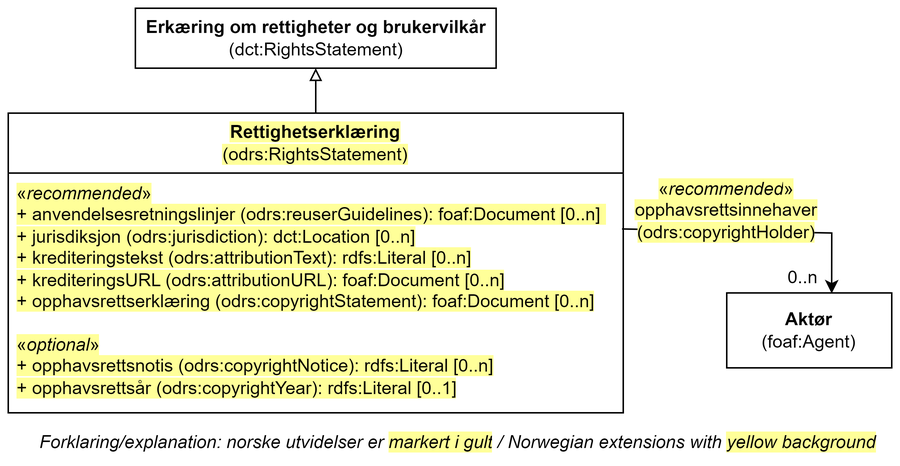
The draw.io diagram docs/images/Klassen-Rettighetserklæring.png in Informasjonsforvaltning/dcat-ap-no, before a commit. Source tidied: cells renumbered, new cells last; positions are measured from the earlier drawing's top-left corner, leaving out a move shared by most shapes.
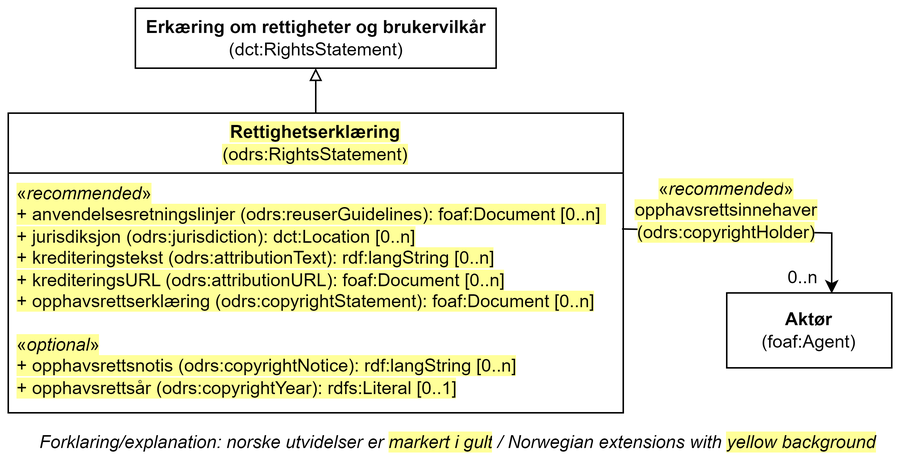
After the change.

Commit message:
Issue #530 - Rettighetserklæring

The edit, as a diff of the source:
```diff
@@ -5,7 +5,7 @@
     <mxCell id="2" value="&lt;span style=&quot;background-color: rgb(255, 255, 153);&quot;&gt;Rettighetserklæring&lt;br&gt;&lt;span style=&quot;font-weight: normal;&quot;&gt;(odrs:RightsStatement)&lt;/span&gt;&lt;/span&gt;" style="swimlane;whiteSpace=wrap;html=1;startSize=40;" parent="1" vertex="1">
       <mxGeometry y="70" width="410" height="200" as="geometry" />
     </mxCell>
-    <mxCell id="3" value="&lt;div&gt;&lt;span style=&quot;background-color: rgb(255, 255, 153);&quot;&gt;«&lt;i style=&quot;&quot;&gt;recommended&lt;/i&gt;»&lt;/span&gt;&lt;/div&gt;&lt;div&gt;&lt;span style=&quot;background-color: rgb(255, 255, 153);&quot;&gt;+&amp;nbsp;anvendelsesretningslinjer (odrs:reuserGuidelines):&amp;nbsp;foaf:Document&amp;nbsp;[0..n]&amp;nbsp;&lt;br&gt;&lt;/span&gt;&lt;/div&gt;&lt;div&gt;&lt;span style=&quot;background-color: rgb(255, 255, 153);&quot;&gt;+&amp;nbsp;jurisdiksjon (odrs:jurisdiction): dct:Location [0..n]&lt;/span&gt;&lt;/div&gt;&lt;div&gt;&lt;span style=&quot;background-color: rgb(255, 255, 153);&quot;&gt;+&amp;nbsp;krediteringstekst (odrs:attributionText): rdfs:Literal [0..n]&lt;/span&gt;&lt;/div&gt;&lt;div&gt;&lt;span style=&quot;background-color: rgb(255, 255, 153);&quot;&gt;+&amp;nbsp;krediteringsURL (odrs:attributionURL):&amp;nbsp;foaf:Document [0..n]&lt;/span&gt;&lt;/div&gt;&lt;div style=&quot;border-color: var(--border-color);&quot;&gt;&lt;span style=&quot;background-color: rgb(255, 255, 153);&quot;&gt;+ opphavsrettserklæring (odrs:copyrightStatement): foaf:Document [0..n]&lt;br style=&quot;border-color: var(--border-color);&quot;&gt;&lt;/span&gt;&lt;/div&gt;&lt;div&gt;&lt;br&gt;&lt;/div&gt;&lt;div&gt;&lt;span style=&quot;background-color: rgb(255, 255, 153);&quot;&gt;«&lt;i style=&quot;border-color: var(--border-color);&quot;&gt;optional&lt;/i&gt;»&lt;br&gt;&lt;/span&gt;&lt;/div&gt;&lt;div&gt;&lt;span style=&quot;background-color: rgb(255, 255, 153);&quot;&gt;+ opphavsrettsnotis (odrs:copyrightNotice): rdfs:Literal [0..n]&lt;br&gt;&lt;/span&gt;&lt;/div&gt;&lt;div&gt;&lt;span style=&quot;background-color: rgb(255, 255, 153);&quot;&gt;+ opphavsrettsår (odrs:copyrightYear): rdfs:Literal [0..1]&lt;/span&gt;&lt;br&gt;&lt;/div&gt;" style="text;strokeColor=none;fillColor=none;align=left;verticalAlign=top;spacingLeft=4;spacingRight=4;overflow=hidden;points=[[0,0.5],[1,0.5]];portConstraint=eastwest;whiteSpace=wrap;html=1;" parent="2" vertex="1">
+    <mxCell id="3" value="&lt;div&gt;&lt;span style=&quot;background-color: rgb(255, 255, 153);&quot;&gt;«&lt;i style=&quot;&quot;&gt;recommended&lt;/i&gt;»&lt;/span&gt;&lt;/div&gt;&lt;div&gt;&lt;span style=&quot;background-color: rgb(255, 255, 153);&quot;&gt;+&amp;nbsp;anvendelsesretningslinjer (odrs:reuserGuidelines):&amp;nbsp;foaf:Document&amp;nbsp;[0..n]&amp;nbsp;&lt;br&gt;&lt;/span&gt;&lt;/div&gt;&lt;div&gt;&lt;span style=&quot;background-color: rgb(255, 255, 153);&quot;&gt;+&amp;nbsp;jurisdiksjon (odrs:jurisdiction): dct:Location [0..n]&lt;/span&gt;&lt;/div&gt;&lt;div&gt;&lt;span style=&quot;background-color: rgb(255, 255, 153);&quot;&gt;+&amp;nbsp;krediteringstekst (odrs:attributionText): rdf:langString [0..n]&lt;/span&gt;&lt;/div&gt;&lt;div&gt;&lt;span style=&quot;background-color: rgb(255, 255, 153);&quot;&gt;+&amp;nbsp;krediteringsURL (odrs:attributionURL):&amp;nbsp;foaf:Document [0..n]&lt;/span&gt;&lt;/div&gt;&lt;div style=&quot;border-color: var(--border-color);&quot;&gt;&lt;span style=&quot;background-color: rgb(255, 255, 153);&quot;&gt;+ opphavsrettserklæring (odrs:copyrightStatement): foaf:Document [0..n]&lt;br style=&quot;border-color: var(--border-color);&quot;&gt;&lt;/span&gt;&lt;/div&gt;&lt;div&gt;&lt;br&gt;&lt;/div&gt;&lt;div&gt;&lt;span style=&quot;background-color: rgb(255, 255, 153);&quot;&gt;«&lt;i style=&quot;border-color: var(--border-color);&quot;&gt;optional&lt;/i&gt;»&lt;br&gt;&lt;/span&gt;&lt;/div&gt;&lt;div&gt;&lt;span style=&quot;background-color: rgb(255, 255, 153);&quot;&gt;+ opphavsrettsnotis (odrs:copyrightNotice):&amp;nbsp;&lt;/span&gt;&lt;span style=&quot;background-color: rgb(255, 255, 153);&quot;&gt;rdf:langString&lt;/span&gt;&lt;span style=&quot;background-color: rgb(255, 255, 153);&quot;&gt;&amp;nbsp;[0..n]&lt;br&gt;&lt;/span&gt;&lt;/div&gt;&lt;div&gt;&lt;span style=&quot;background-color: rgb(255, 255, 153);&quot;&gt;+ opphavsrettsår (odrs:copyrightYear): rdfs:Literal [0..1]&lt;/span&gt;&lt;br&gt;&lt;/div&gt;" style="text;strokeColor=none;fillColor=none;align=left;verticalAlign=top;spacingLeft=4;spacingRight=4;overflow=hidden;points=[[0,0.5],[1,0.5]];portConstraint=eastwest;whiteSpace=wrap;html=1;" parent="2" vertex="1">
       <mxGeometry y="40" width="410" height="160" as="geometry" />
     </mxCell>
     <mxCell id="4" value="Forklaring/explanation: norske utvidelser er&amp;nbsp;&lt;span style=&quot;background-color: rgb(255, 255, 153);&quot;&gt;markert i gult&lt;/span&gt;&lt;span style=&quot;background-color: rgb(255 , 255 , 255)&quot;&gt;&amp;nbsp;/&amp;nbsp;&lt;/span&gt;&lt;span style=&quot;background-color: rgb(255 , 255 , 255)&quot;&gt;Norwegian extensions with &lt;/span&gt;&lt;span style=&quot;background-color: rgb(255, 255, 153);&quot;&gt;yellow background&lt;/span&gt;" style="text;html=1;strokeColor=none;fillColor=none;align=center;verticalAlign=middle;whiteSpace=wrap;rounded=0;fontStyle=2;" parent="1" vertex="1">
```
